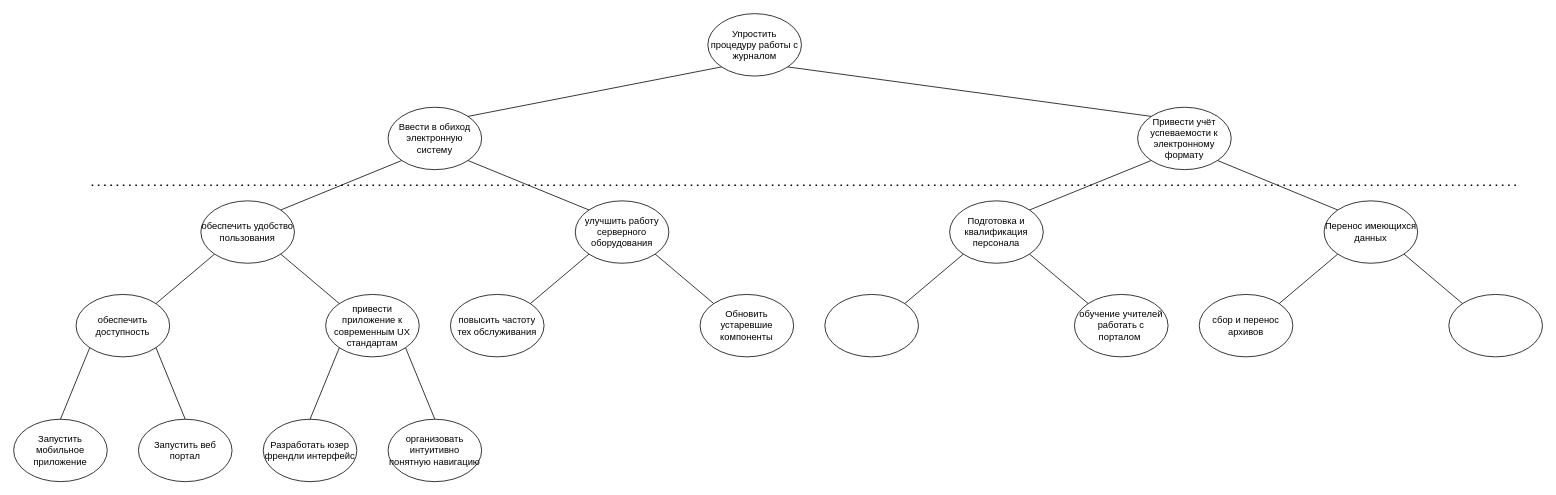
This is derevo.drawio from Deopster/Mirea, a draw.io file, before an edit. Source tidied: cells renumbered, new cells numbered last; positions are measured from the earlier drawing's top-left corner, leaving out a move shared by most shapes. Both pictures are drawn from the tidied source at 78%, with x=0, y=0 at pixel (13, 13).
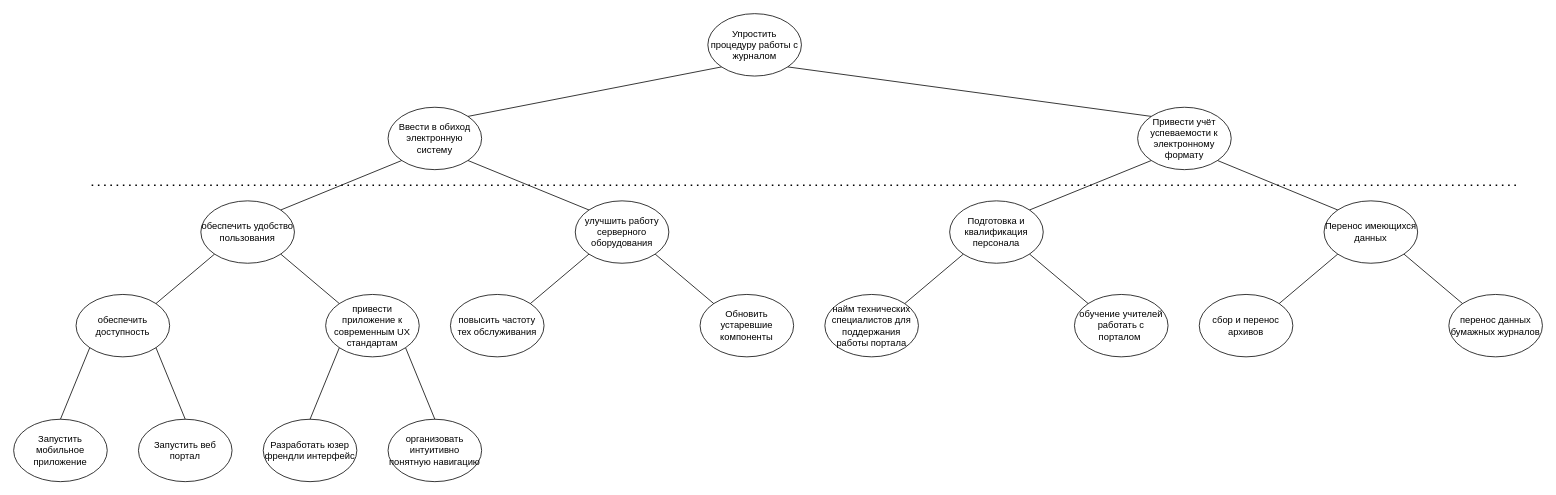
The same page after the edit.

Change to the diagram source:
```diff
@@
-    <mxCell id="25" style="ellipse;whiteSpace=wrap;html=1;" parent="1" vertex="1">
+    <mxCell id="25" value="найм технических специалистов для поддержания работы портала" style="ellipse;whiteSpace=wrap;html=1;" parent="1" vertex="1">
       <mxGeometry x="1040" y="360" width="120" height="80" as="geometry" />
     </mxCell>
@@
-    <mxCell id="37" style="ellipse;whiteSpace=wrap;html=1;" parent="1" vertex="1">
+    <mxCell id="37" value="перенос данных бумажных журналов" style="ellipse;whiteSpace=wrap;html=1;" parent="1" vertex="1">
       <mxGeometry x="1840" y="360" width="120" height="80" as="geometry" />
     </mxCell>
```
